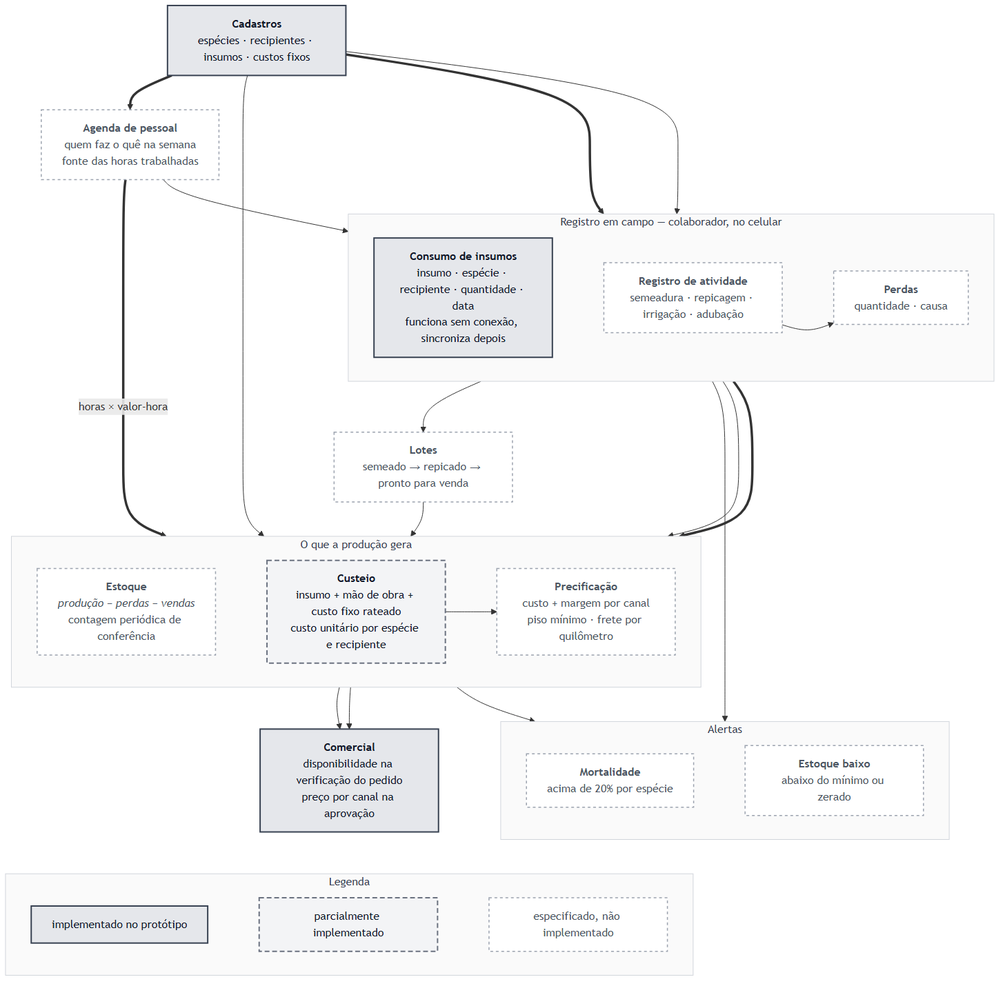
JoaoMudar/mudar keeps this Mermaid diagram as docs/rotinas/img/mapa-2-producao.png. Above is the earlier version. Its source is kept beside it as docs/rotinas/img/mapa-2-producao.mmd.
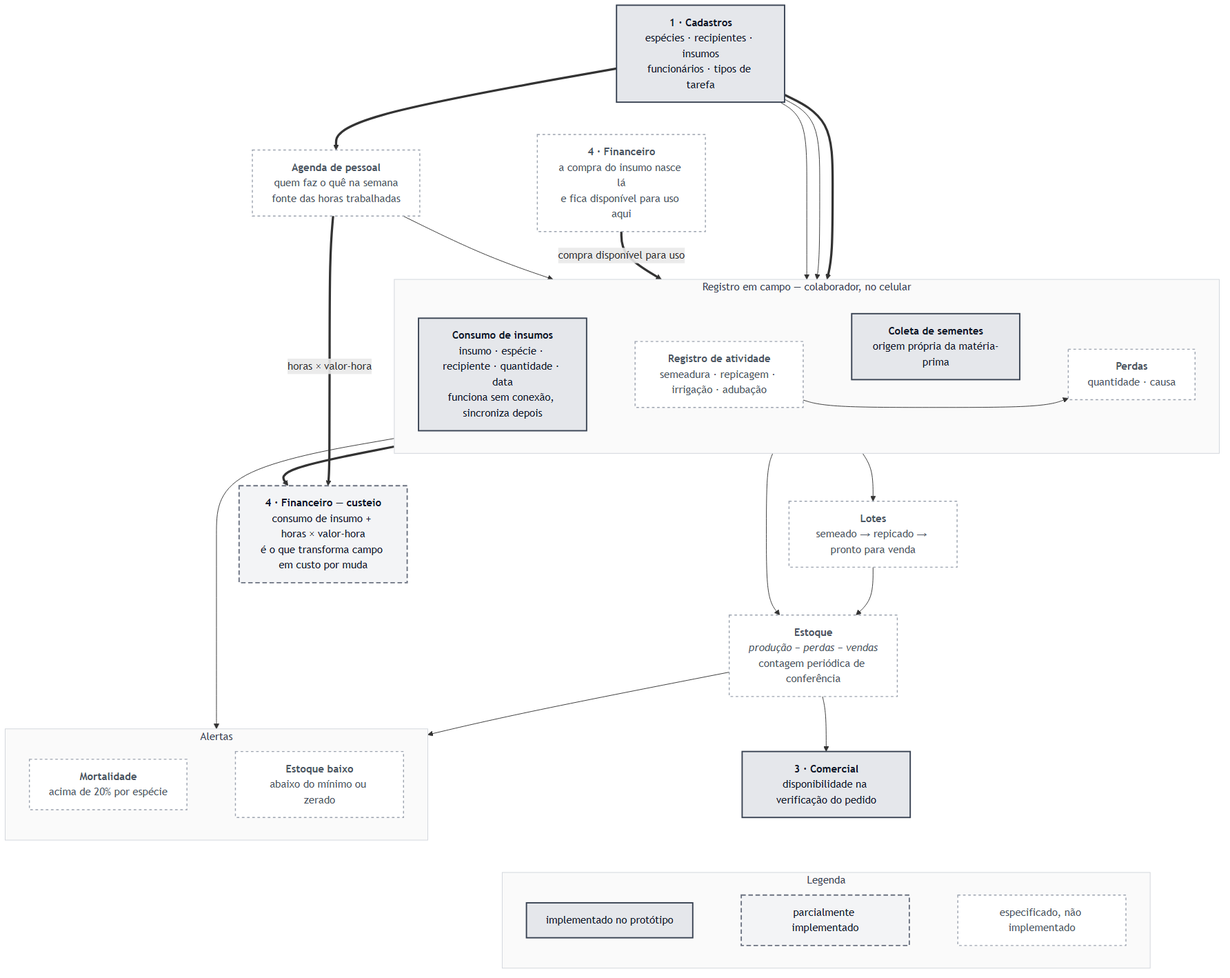
The same diagram one commit later.

Diff of the diagram source:
```diff
@@ -1,24 +1,19 @@
 flowchart TB
-  CAD["<b>Cadastros</b><br/>espécies · recipientes · insumos · custos fixos"]
+  CAD["<b>1 · Cadastros</b><br/>espécies · recipientes · insumos<br/>funcionários · tipos de tarefa"]
+  FIN["<b>4 · Financeiro</b><br/>a compra do insumo nasce lá<br/>e fica disponível para uso aqui"]
 
   subgraph CAMPO["Registro em campo &mdash; colaborador, no celular"]
     direction LR
     CON["<b>Consumo de insumos</b><br/>insumo · espécie · recipiente · quantidade · data<br/>funciona sem conexão, sincroniza depois"]
     ATV["<b>Registro de atividade</b><br/>semeadura · repicagem · irrigação · adubação"]
+    COL["<b>Coleta de sementes</b><br/>origem própria da matéria-prima"]
     PER["<b>Perdas</b><br/>quantidade · causa"]
-    CON ~~~ ATV ~~~ PER
+    CON ~~~ ATV ~~~ COL ~~~ PER
   end
 
   AGE["<b>Agenda de pessoal</b><br/>quem faz o quê na semana<br/>fonte das horas trabalhadas"]
   LOT["<b>Lotes</b><br/>semeado &rarr; repicado &rarr; pronto para venda"]
-
-  subgraph GERA["O que a produção gera"]
-    direction LR
-    EST["<b>Estoque</b><br/><i>produção &minus; perdas &minus; vendas</i><br/>contagem periódica de conferência"]
-    CUS["<b>Custeio</b><br/>insumo + mão de obra + custo fixo rateado<br/>custo unitário por espécie e recipiente"]
-    PRE["<b>Precificação</b><br/>custo + margem por canal<br/>piso mínimo · frete por quilômetro"]
-    EST ~~~ CUS --> PRE
-  end
+  EST["<b>Estoque</b><br/><i>produção &minus; perdas &minus; vendas</i><br/>contagem periódica de conferência"]
 
   subgraph ALE["Alertas"]
     direction LR
@@ -27,11 +22,14 @@
     A1 ~~~ A2
   end
 
-  COM["<b>Comercial</b><br/>disponibilidade na verificação do pedido<br/>preço por canal na aprovação"]
+  COM["<b>3 · Comercial</b><br/>disponibilidade na verificação do pedido"]
+  CUS["<b>4 · Financeiro &mdash; custeio</b><br/>consumo de insumo + horas &times; valor-hora<br/>é o que transforma campo em custo por muda"]
 
   CAD ==> CON
   CAD --> ATV
+  CAD --> COL
   CAD ==> AGE
+  FIN ==>|"compra disponível para uso"| CON
   AGE --> ATV
   ATV --> LOT
   ATV --> PER
@@ -39,11 +37,9 @@
   PER --> EST
   CON ==> CUS
   AGE ==>|"horas &times; valor-hora"| CUS
-  CAD --> CUS
   PER --> A1
   EST --> A2
   EST --> COM
-  PRE --> COM
 
   subgraph LEG["Legenda"]
     direction LR
@@ -59,7 +55,7 @@
   classDef futuro fill:#ffffff,stroke:#9ca3af,stroke-width:1.5px,color:#4b5563,stroke-dasharray:4 4
   classDef grupo fill:#fafafa,stroke:#d1d5db,stroke-width:1px,color:#374151
 
-  class CAD,CON,COM,L1 feito
+  class CAD,CON,COL,COM,L1 feito
   class CUS,L2 parcial
-  class ATV,PER,AGE,LOT,EST,PRE,A1,A2,L3 futuro
-  class CAMPO,GERA,ALE,LEG grupo
+  class ATV,PER,AGE,LOT,EST,A1,A2,FIN,L3 futuro
+  class CAMPO,ALE,LEG grupo
```
